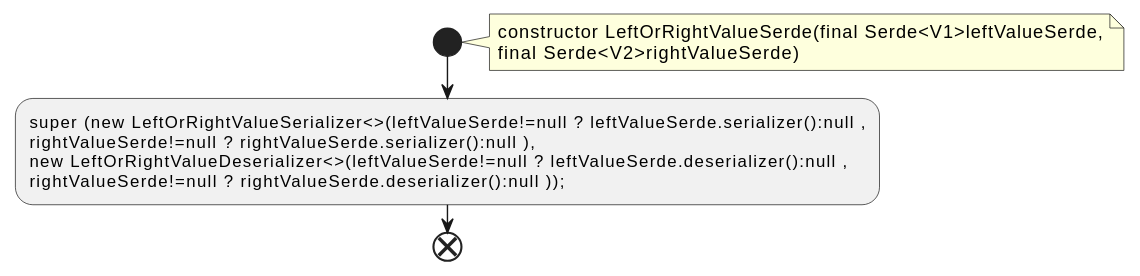
The PlantUML diagram docs/qc/streams/src/main/java/org/apache/kafka/streams/state/internals/LeftOrRightValueSerde.java.fct.svg in qualitesys/kafka, before a commit.
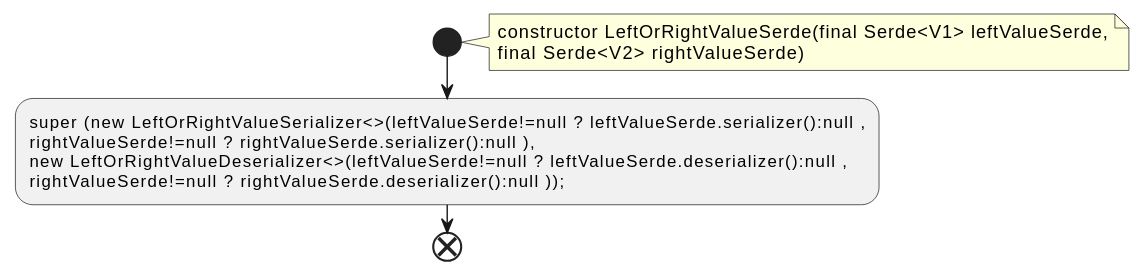
The same file after the commit.

Change to the diagram source:
```diff
@@ -2,8 +2,8 @@
 !pragma layout smetana
 start
 note right
-constructor LeftOrRightValueSerde(final Serde<V1>leftValueSerde,
-final Serde<V2>rightValueSerde)
+constructor LeftOrRightValueSerde(final Serde<V1> leftValueSerde,
+final Serde<V2> rightValueSerde)
 end note
 :super (new LeftOrRightValueSerializer<>(leftValueSerde!=null ? leftValueSerde.serializer():null ,
 rightValueSerde!=null ? rightValueSerde.serializer():null ),
```
